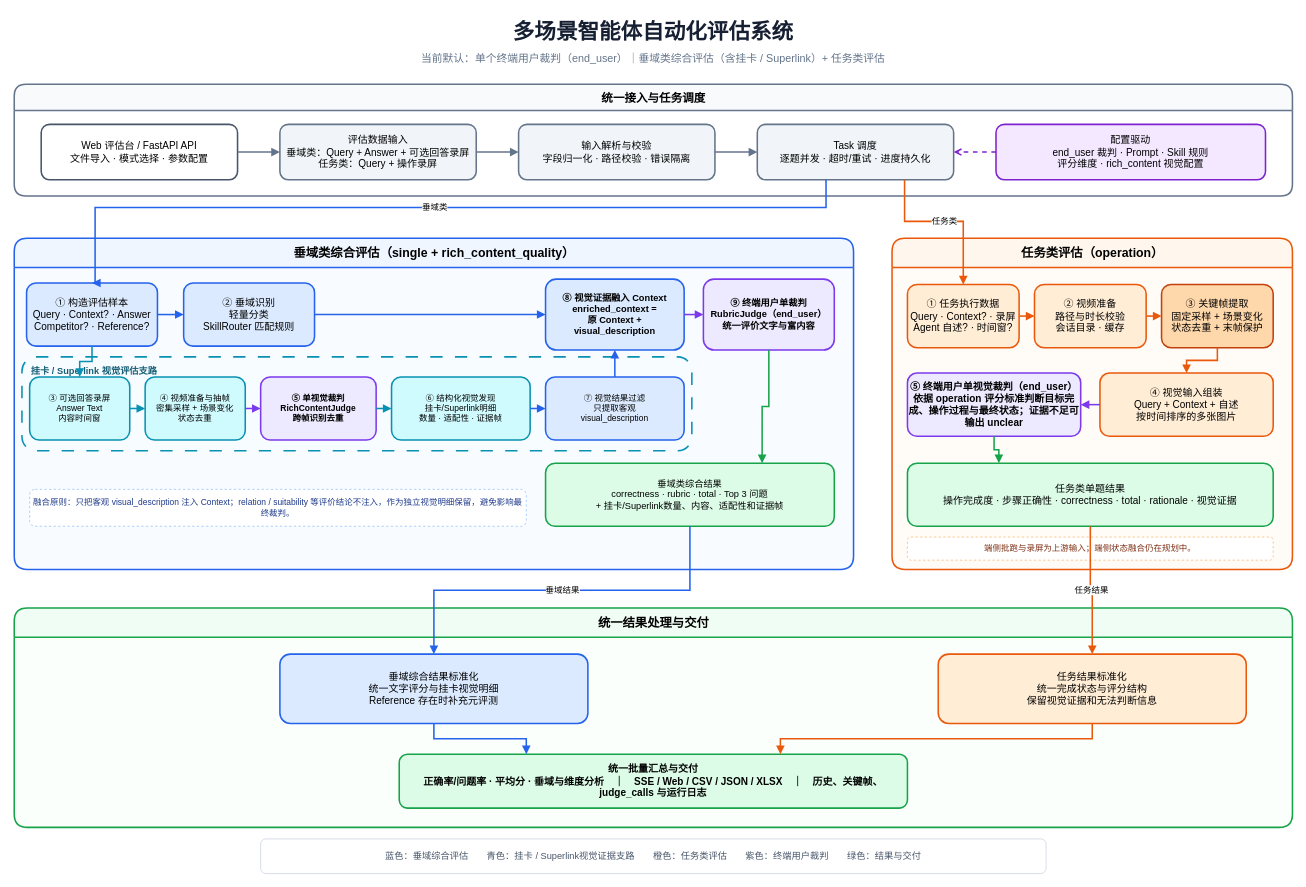
Before: page "当前系统设计" (1 of 2) of docs/多场景智能体自动化评估系统设计图.drawio in ShadowChris/auto_eval_agent, a draw.io diagram. Source tidied: cells renumbered, new cells numbered last; positions are measured from the earlier drawing's top-left corner, leaving out a move shared by most shapes. Both pictures are drawn from the tidied source at 77%, with x=0, y=0 at pixel (14, 13).
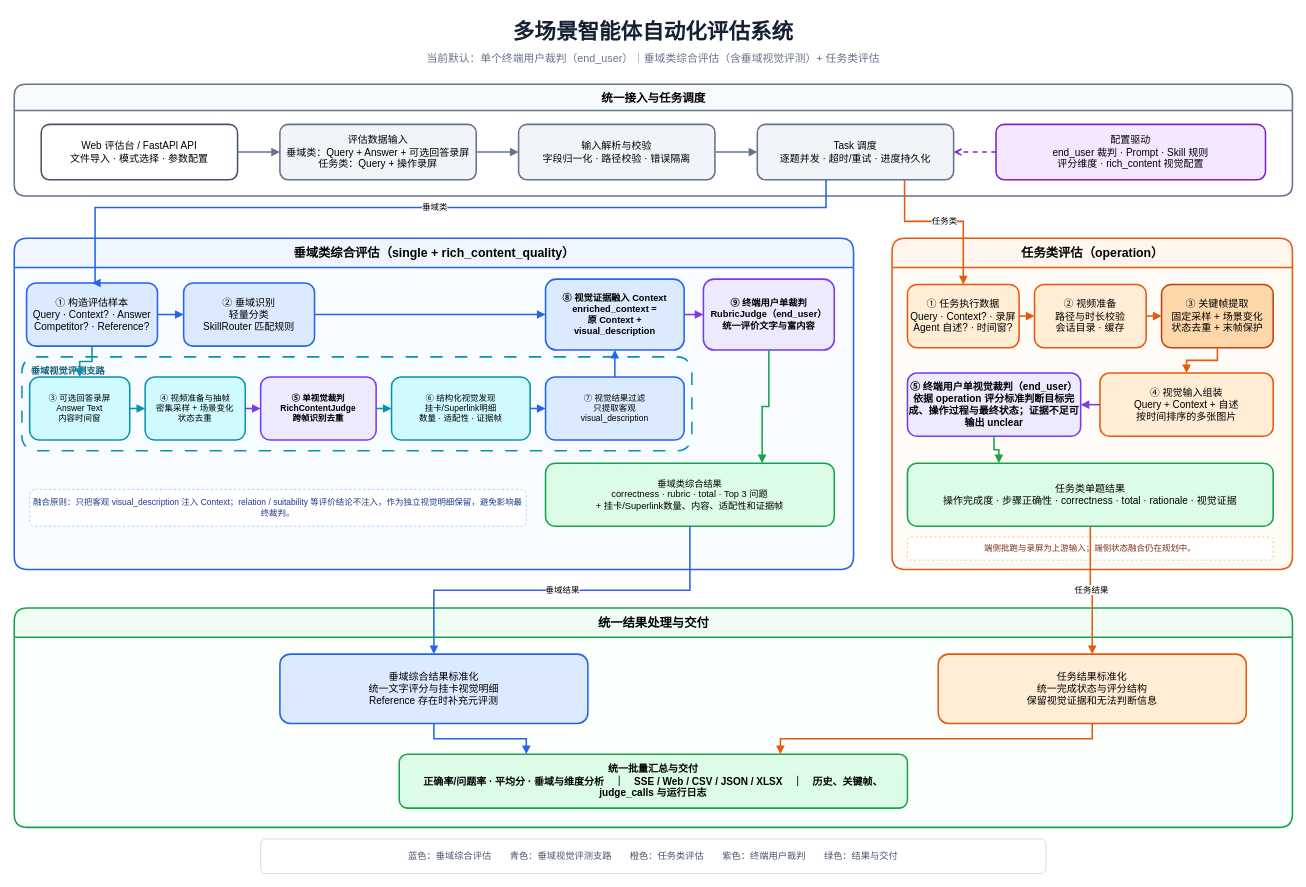
The same page after the edit.

Unchanged cells that the change refers to:
```xml
<mxCell id="14" value="垂域类综合评估（single + rich_content_quality）" style="swimlane;html=1;rounded=1;startSize=38;horizontal=1;fillColor=#EFF6FF;strokeColor=#2563EB;strokeWidth=2;fontStyle=1;fontSize=16;swimlaneFillColor=#F8FBFF;" parent="1" vertex="1">
  <mxGeometry y="292" width="1090" height="430" as="geometry" />
</mxCell>
```

What changed in the source:
```diff
@@
-    <mxCell id="3" value="当前默认：单个终端用户裁判（end_user）｜垂域类综合评估（含挂卡 / Superlink）+ 任务类评估" style="text;html=1;strokeColor=none;fillColor=none;align=center;verticalAlign=middle;whiteSpace=wrap;fontSize=14;fontColor=#64748B;" parent="1" vertex="1">
+    <mxCell id="3" value="当前默认：单个终端用户裁判（end_user）｜垂域类综合评估（含垂域视觉评测）+ 任务类评估" style="text;html=1;strokeColor=none;fillColor=none;align=center;verticalAlign=middle;whiteSpace=wrap;fontSize=14;fontColor=#64748B;" parent="1" vertex="1">
       <mxGeometry x="330" y="44" width="1000" height="28" as="geometry" />
     </mxCell>
@@
-    <mxCell id="25" value="挂卡 / Superlink 视觉评估支路" style="rounded=1;whiteSpace=wrap;html=1;fillColor=#ECFEFF;fillOpacity=18;strokeColor=#0891B2;strokeWidth=2;dashed=1;dashPattern=8 8;verticalAlign=top;align=left;spacingTop=5;spacingLeft=10;fontStyle=1;fontSize=12;fontColor=#155E75;" parent="14" vertex="1">
+    <mxCell id="25" value="垂域视觉评测支路" style="rounded=1;whiteSpace=wrap;html=1;fillColor=#ECFEFF;fillOpacity=18;strokeColor=#0891B2;strokeWidth=2;dashed=1;dashPattern=8 8;verticalAlign=top;align=left;spacingTop=5;spacingLeft=10;fontStyle=1;fontSize=12;fontColor=#155E75;" parent="14" vertex="1">
       <mxGeometry x="10" y="154" width="870" height="122" as="geometry" />
     </mxCell>
@@
-    <mxCell id="56" value="蓝色：垂域综合评估　　青色：挂卡 / Superlink视觉证据支路　　橙色：任务类评估　　紫色：终端用户裁判　　绿色：结果与交付" style="rounded=1;whiteSpace=wrap;html=1;fillColor=#FFFFFF;strokeColor=#CBD5E1;fontSize=12;fontColor=#475569;" parent="1" vertex="1">
+    <mxCell id="56" value="蓝色：垂域综合评估　　青色：垂域视觉评测支路　　橙色：任务类评估　　紫色：终端用户裁判　　绿色：结果与交付" style="rounded=1;whiteSpace=wrap;html=1;fillColor=#FFFFFF;strokeColor=#CBD5E1;fontSize=12;fontColor=#475569;" parent="1" vertex="1">
       <mxGeometry x="320" y="1072" width="1020" height="45" as="geometry" />
     </mxCell>
```
